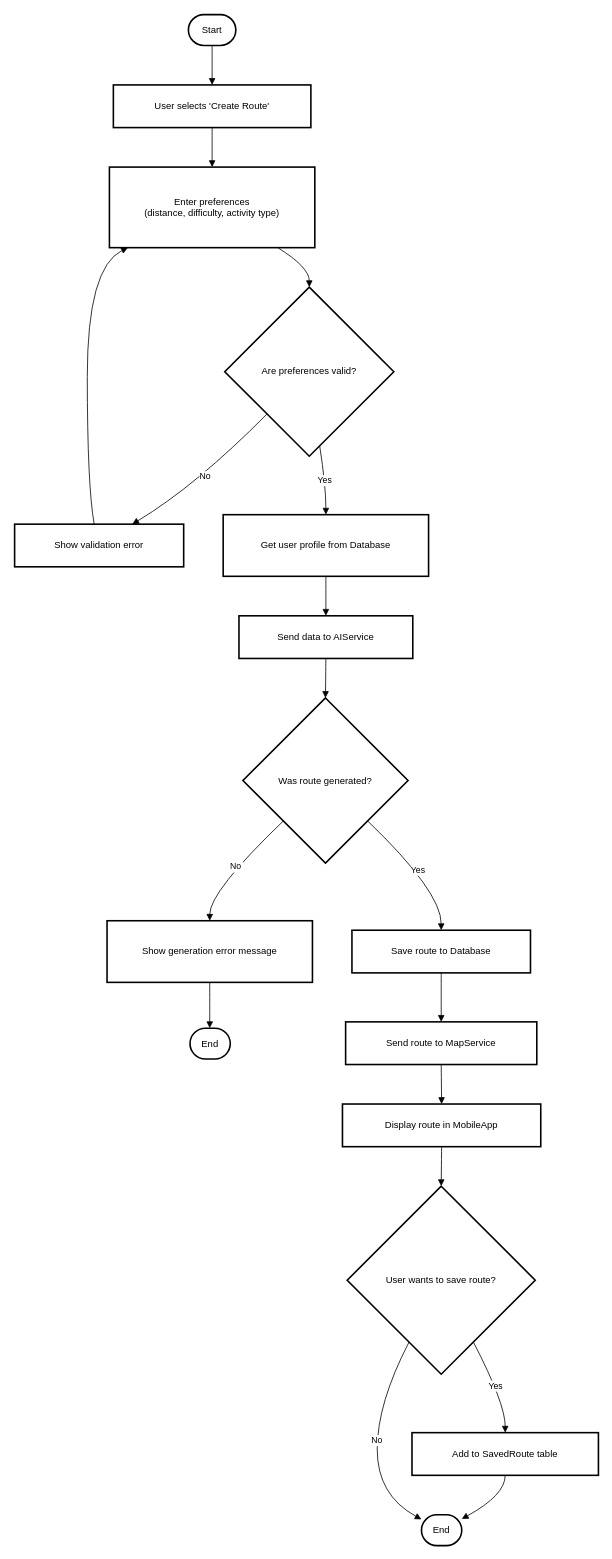
UchihaAdil/50projects keeps this draw.io diagram as Demal - Activity Diagram.drawio. Above is the earlier version. Source tidied: cells renumbered, new cells numbered last; positions are measured from the earlier drawing's top-left corner, leaving out a move shared by most shapes. Both pictures are drawn from the tidied source at 79%, with x=0, y=0 at pixel (14, 14).
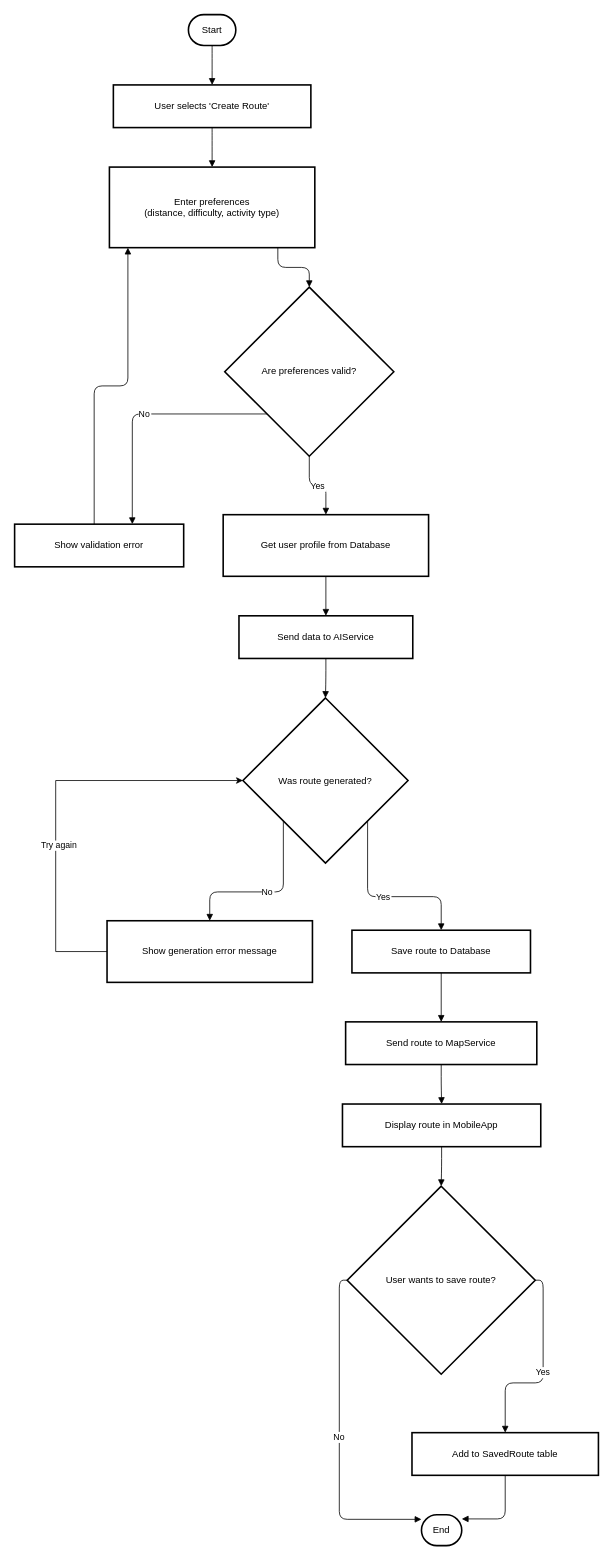
The same page after the edit.

Unchanged cells that the change refers to:
```xml
<mxCell id="4" value="Enter preferences&#10;(distance, difficulty, activity type)" style="whiteSpace=wrap;strokeWidth=2;" parent="1" vertex="1">
  <mxGeometry x="120" y="193" width="260" height="102" as="geometry" />
</mxCell>
<mxCell id="5" value="Are preferences valid?" style="rhombus;strokeWidth=2;whiteSpace=wrap;" parent="1" vertex="1">
  <mxGeometry x="266" y="345" width="214" height="214" as="geometry" />
</mxCell>
<mxCell id="6" value="Show validation error" style="whiteSpace=wrap;strokeWidth=2;" parent="1" vertex="1">
  <mxGeometry y="645" width="214" height="54" as="geometry" />
</mxCell>
<mxCell id="7" value="Get user profile from Database" style="whiteSpace=wrap;strokeWidth=2;" parent="1" vertex="1">
  <mxGeometry x="264" y="633" width="260" height="78" as="geometry" />
</mxCell>
<mxCell id="8" value="Send data to AIService" style="whiteSpace=wrap;strokeWidth=2;" parent="1" vertex="1">
  <mxGeometry x="284" y="761" width="220" height="54" as="geometry" />
</mxCell>
<mxCell id="9" value="Was route generated?" style="rhombus;strokeWidth=2;whiteSpace=wrap;" parent="1" vertex="1">
  <mxGeometry x="289" y="865" width="209" height="209" as="geometry" />
</mxCell>
<mxCell id="10" value="Show generation error message" style="whiteSpace=wrap;strokeWidth=2;" parent="1" vertex="1">
  <mxGeometry x="117" y="1147" width="260" height="78" as="geometry" />
</mxCell>
<mxCell id="12" value="Save route to Database" style="whiteSpace=wrap;strokeWidth=2;" parent="1" vertex="1">
  <mxGeometry x="427" y="1159" width="226" height="54" as="geometry" />
</mxCell>
<mxCell id="13" value="Send route to MapService" style="whiteSpace=wrap;strokeWidth=2;" parent="1" vertex="1">
  <mxGeometry x="419" y="1275" width="242" height="54" as="geometry" />
</mxCell>
<mxCell id="14" value="Display route in MobileApp" style="whiteSpace=wrap;strokeWidth=2;" parent="1" vertex="1">
  <mxGeometry x="415" y="1379" width="251" height="54" as="geometry" />
</mxCell>
<mxCell id="15" value="User wants to save route?" style="rhombus;strokeWidth=2;whiteSpace=wrap;" parent="1" vertex="1">
  <mxGeometry x="421" y="1483" width="238" height="238" as="geometry" />
</mxCell>
<mxCell id="16" value="Add to SavedRoute table" style="whiteSpace=wrap;strokeWidth=2;" parent="1" vertex="1">
  <mxGeometry x="503" y="1795" width="236" height="54" as="geometry" />
</mxCell>
<mxCell id="17" value="End" style="rounded=1;whiteSpace=wrap;arcSize=50;strokeWidth=2;" parent="1" vertex="1">
  <mxGeometry x="515" y="1899" width="51" height="39" as="geometry" />
</mxCell>
```

Change to the diagram source:
```diff
@@
+    <mxCell id="35" style="edgeStyle=orthogonalEdgeStyle;rounded=0;jettySize=auto;html=1;entryX=0;entryY=0.5;entryDx=0;entryDy=0;" parent="1" edge="1" source="10" target="9">
+      <mxGeometry relative="1" as="geometry">
+        <Array as="points">
+          <mxPoint x="52" y="1186" />
+          <mxPoint x="52" y="970" />
+        </Array>
+      </mxGeometry>
+    </mxCell>
+    <mxCell id="36" value="Try again" style="edgeLabel;html=1;align=center;verticalAlign=middle;" parent="35" vertex="1">
+      <mxGeometry x="-0.23" y="-3" relative="1" as="geometry" />
+    </mxCell>
@@
-    <mxCell id="11" value="End" style="rounded=1;whiteSpace=wrap;arcSize=50;strokeWidth=2;" parent="1" vertex="1">
-      <mxGeometry x="222" y="1283" width="51" height="39" as="geometry" />
-    </mxCell>
@@
-    <mxCell id="20" style="curved=1;startArrow=none;endArrow=block;exitX=0.82;exitY=1;entryX=0.5;entryY=0;" parent="1" edge="1" source="4" target="5">
-      <mxGeometry relative="1" as="geometry">
-        <Array as="points">
-          <mxPoint x="373" y="320" />
-        </Array>
-      </mxGeometry>
+    <mxCell id="20" style="startArrow=none;endArrow=block;exitX=0.82;exitY=1;entryX=0.5;entryY=0;edgeStyle=orthogonalEdgeStyle;" parent="1" edge="1" source="4" target="5">
+      <mxGeometry relative="1" as="geometry" />
     </mxCell>
-    <mxCell id="21" value="No" style="curved=1;startArrow=none;endArrow=block;exitX=0;exitY=1;entryX=0.7;entryY=-0.01;" parent="1" edge="1" source="5" target="6">
-      <mxGeometry relative="1" as="geometry">
-        <Array as="points">
-          <mxPoint x="230" y="596" />
-        </Array>
-      </mxGeometry>
+    <mxCell id="21" value="No" style="startArrow=none;endArrow=block;exitX=0;exitY=1;entryX=0.7;entryY=-0.01;edgeStyle=orthogonalEdgeStyle;" parent="1" edge="1" source="5" target="6">
+      <mxGeometry relative="1" as="geometry" />
     </mxCell>
-    <mxCell id="22" style="curved=1;startArrow=none;endArrow=block;exitX=0.47;exitY=-0.01;entryX=0.09;entryY=1;" parent="1" edge="1" source="6" target="4">
-      <mxGeometry relative="1" as="geometry">
-        <Array as="points">
-          <mxPoint x="92" y="596" />
-          <mxPoint x="92" y="320" />
-        </Array>
-      </mxGeometry>
+    <mxCell id="22" style="startArrow=none;endArrow=block;exitX=0.47;exitY=-0.01;entryX=0.09;entryY=1;edgeStyle=orthogonalEdgeStyle;" parent="1" edge="1" source="6" target="4">
+      <mxGeometry relative="1" as="geometry" />
     </mxCell>
-    <mxCell id="23" value="Yes" style="curved=1;startArrow=none;endArrow=block;exitX=0.57;exitY=1;entryX=0.5;entryY=0;" parent="1" edge="1" source="5" target="7">
-      <mxGeometry relative="1" as="geometry">
-        <Array as="points">
-          <mxPoint x="394" y="596" />
-        </Array>
-      </mxGeometry>
+    <mxCell id="23" value="Yes" style="startArrow=none;endArrow=block;exitX=0.5;exitY=1;entryX=0.5;entryY=0;edgeStyle=orthogonalEdgeStyle;exitDx=0;exitDy=0;" parent="1" edge="1" source="5" target="7">
+      <mxGeometry relative="1" as="geometry" />
     </mxCell>
-    <mxCell id="24" style="curved=1;startArrow=none;endArrow=block;exitX=0.5;exitY=1;entryX=0.5;entryY=-0.01;" parent="1" edge="1" source="7" target="8">
+    <mxCell id="24" style="startArrow=none;endArrow=block;exitX=0.5;exitY=1;entryX=0.5;entryY=-0.01;edgeStyle=orthogonalEdgeStyle;" parent="1" edge="1" source="7" target="8">
       <mxGeometry relative="1" as="geometry" />
     </mxCell>
-    <mxCell id="25" style="curved=1;startArrow=none;endArrow=block;exitX=0.5;exitY=0.99;entryX=0.5;entryY=0;" parent="1" edge="1" source="8" target="9">
+    <mxCell id="25" style="startArrow=none;endArrow=block;exitX=0.5;exitY=0.99;entryX=0.5;entryY=0;edgeStyle=orthogonalEdgeStyle;" parent="1" edge="1" source="8" target="9">
       <mxGeometry relative="1" as="geometry" />
     </mxCell>
-    <mxCell id="26" value="No" style="curved=1;startArrow=none;endArrow=block;exitX=0;exitY=0.98;entryX=0.5;entryY=0;" parent="1" edge="1" source="9" target="10">
-      <mxGeometry relative="1" as="geometry">
-        <Array as="points">
-          <mxPoint x="247" y="1110" />
-        </Array>
-      </mxGeometry>
+    <mxCell id="26" value="No" style="startArrow=none;endArrow=block;exitX=0;exitY=0.98;entryX=0.5;entryY=0;edgeStyle=orthogonalEdgeStyle;" parent="1" edge="1" source="9" target="10">
+      <mxGeometry relative="1" as="geometry" />
     </mxCell>
-    <mxCell id="27" style="curved=1;startArrow=none;endArrow=block;exitX=0.5;exitY=1;entryX=0.49;entryY=-0.01;" parent="1" edge="1" source="10" target="11">
-      <mxGeometry relative="1" as="geometry" />
-    </mxCell>
-    <mxCell id="28" value="Yes" style="curved=1;startArrow=none;endArrow=block;exitX=1;exitY=0.98;entryX=0.5;entryY=0;" parent="1" edge="1" source="9" target="12">
-      <mxGeometry relative="1" as="geometry">
-        <Array as="points">
-          <mxPoint x="540" y="1110" />
-        </Array>
-      </mxGeometry>
+    <mxCell id="28" value="Yes" style="startArrow=none;endArrow=block;exitX=1;exitY=0.98;entryX=0.5;entryY=0;edgeStyle=orthogonalEdgeStyle;" parent="1" edge="1" source="9" target="12">
+      <mxGeometry relative="1" as="geometry" />
     </mxCell>
-    <mxCell id="29" style="curved=1;startArrow=none;endArrow=block;exitX=0.5;exitY=1;entryX=0.5;entryY=0;" parent="1" edge="1" source="12" target="13">
+    <mxCell id="29" style="startArrow=none;endArrow=block;exitX=0.5;exitY=1;entryX=0.5;entryY=0;edgeStyle=orthogonalEdgeStyle;" parent="1" edge="1" source="12" target="13">
       <mxGeometry relative="1" as="geometry" />
     </mxCell>
-    <mxCell id="30" style="curved=1;startArrow=none;endArrow=block;exitX=0.5;exitY=1;entryX=0.5;entryY=0;" parent="1" edge="1" source="13" target="14">
+    <mxCell id="30" style="startArrow=none;endArrow=block;exitX=0.5;exitY=1;entryX=0.5;entryY=0;edgeStyle=orthogonalEdgeStyle;" parent="1" edge="1" source="13" target="14">
       <mxGeometry relative="1" as="geometry" />
     </mxCell>
-    <mxCell id="31" style="curved=1;startArrow=none;endArrow=block;exitX=0.5;exitY=1;entryX=0.5;entryY=0;" parent="1" edge="1" source="14" target="15">
+    <mxCell id="31" style="startArrow=none;endArrow=block;exitX=0.5;exitY=1;entryX=0.5;entryY=0;edgeStyle=orthogonalEdgeStyle;" parent="1" edge="1" source="14" target="15">
       <mxGeometry relative="1" as="geometry" />
     </mxCell>
-    <mxCell id="32" value="Yes" style="curved=1;startArrow=none;endArrow=block;exitX=0.76;exitY=1;entryX=0.5;entryY=0;" parent="1" edge="1" source="15" target="16">
+    <mxCell id="32" value="Yes" style="startArrow=none;endArrow=block;exitX=1;exitY=0.5;entryX=0.5;entryY=0;edgeStyle=orthogonalEdgeStyle;exitDx=0;exitDy=0;" parent="1" edge="1" source="15" target="16">
       <mxGeometry relative="1" as="geometry">
         <Array as="points">
-          <mxPoint x="621" y="1758" />
+          <mxPoint x="669" y="1602" />
+          <mxPoint x="669" y="1732" />
+          <mxPoint x="621" y="1732" />
         </Array>
       </mxGeometry>
     </mxCell>
-    <mxCell id="33" style="curved=1;startArrow=none;endArrow=block;exitX=0.5;exitY=1;entryX=0.99;entryY=0.14;" parent="1" edge="1" source="16" target="17">
-      <mxGeometry relative="1" as="geometry">
-        <Array as="points">
-          <mxPoint x="621" y="1874" />
-        </Array>
-      </mxGeometry>
+    <mxCell id="33" style="startArrow=none;endArrow=block;exitX=0.5;exitY=1;entryX=0.99;entryY=0.14;edgeStyle=orthogonalEdgeStyle;" parent="1" edge="1" source="16" target="17">
+      <mxGeometry relative="1" as="geometry" />
     </mxCell>
-    <mxCell id="34" value="No" style="curved=1;startArrow=none;endArrow=block;exitX=0.24;exitY=1;entryX=-0.01;entryY=0.14;" parent="1" edge="1" source="15" target="17">
-      <mxGeometry relative="1" as="geometry">
-        <Array as="points">
-          <mxPoint x="459" y="1758" />
-          <mxPoint x="459" y="1874" />
-        </Array>
-      </mxGeometry>
+    <mxCell id="34" value="No" style="startArrow=none;endArrow=block;exitX=0;exitY=0.5;entryX=-0.01;entryY=0.14;edgeStyle=orthogonalEdgeStyle;exitDx=0;exitDy=0;" parent="1" edge="1" source="15" target="17">
+      <mxGeometry relative="1" as="geometry" />
     </mxCell>
```
